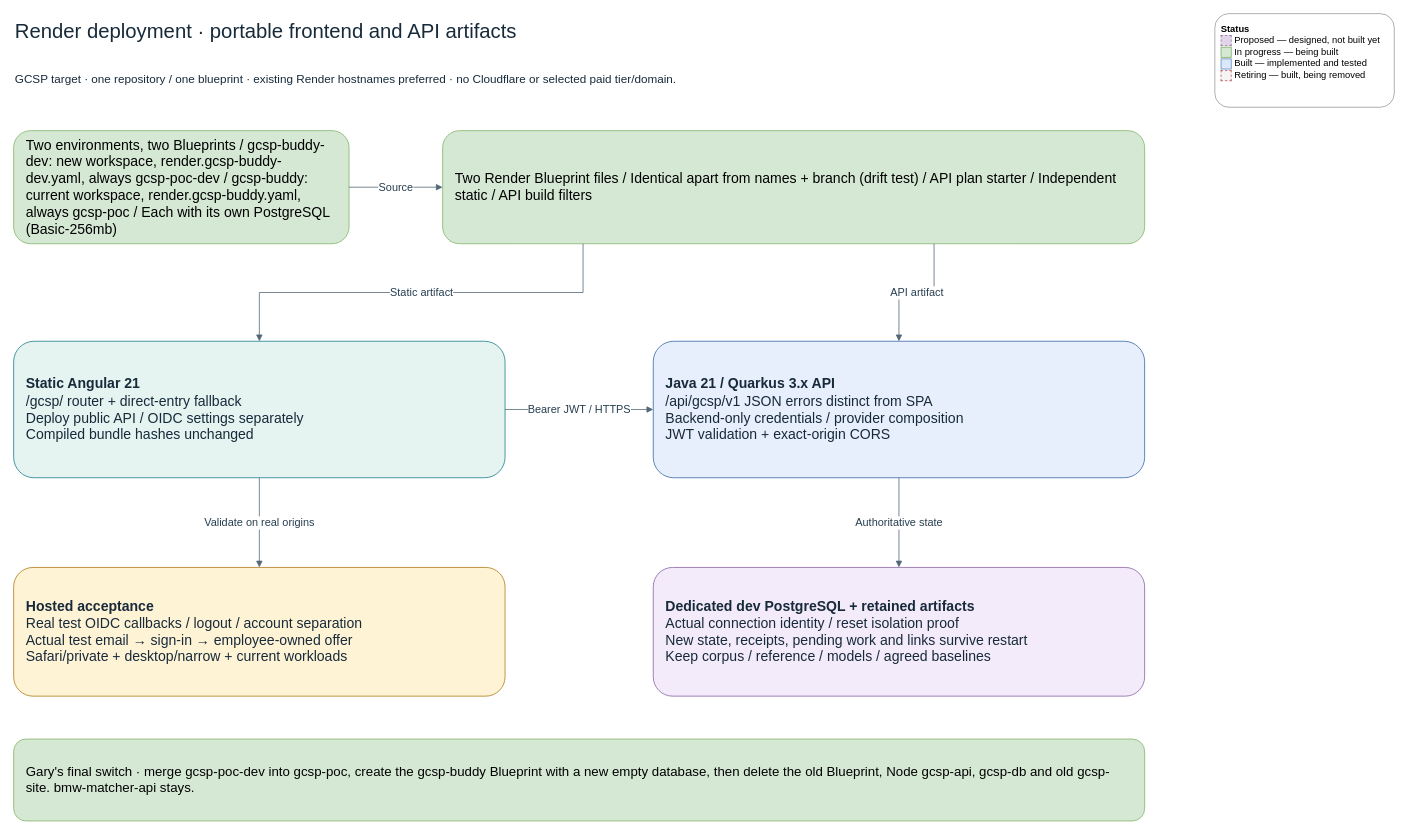
Earlier version of the draw.io diagram page "05 Deployment and future integration" (8 of 15) of docs/design/high-level-design.drawio (garyscarter-ibm/vehicle-matcher). Source tidied: cells renumbered, new cells numbered last; positions are measured from the earlier drawing's top-left corner, leaving out a move shared by most shapes. Both pictures are drawn from the tidied source at 78%, with x=0, y=0 at pixel (13, 13).
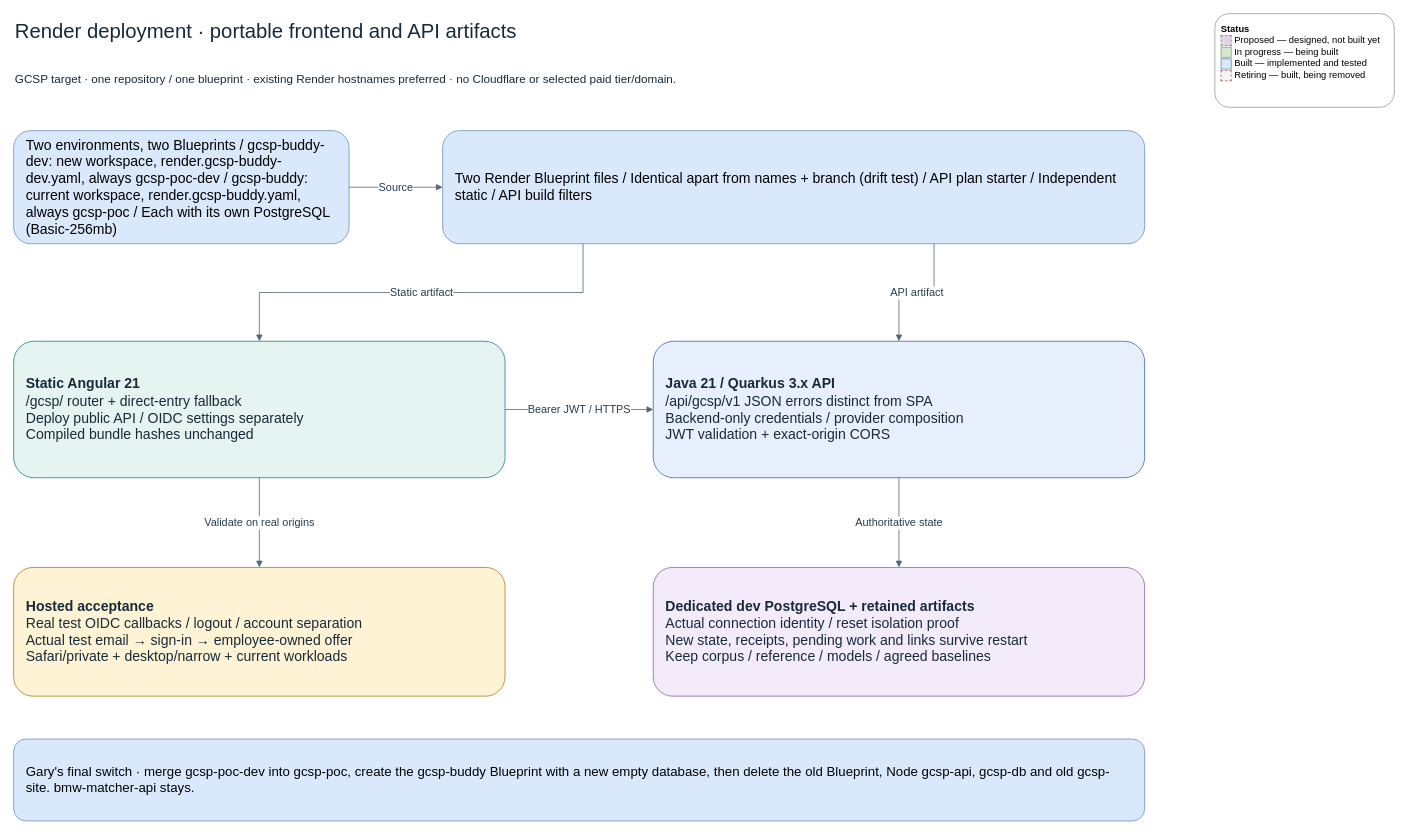
After the change.

Commit message:
design: render-two-blueprints built (FUCQ-533)

Change to the diagram source:
```diff
@@
 <mxGraphModel>
   <root>
     <mxCell id="0" />
     <mxCell id="1" parent="0" />
     <mxCell id="2" value="Render deployment · portable frontend and API artifacts" style="text;html=1;whiteSpace=wrap;align=left;verticalAlign=middle;fontColor=#172a3a;fontSize=26;" parent="1" vertex="1">
       <mxGeometry width="1460" height="45" as="geometry" />
     </mxCell>
     <mxCell id="3" value="GCSP target · one repository / one blueprint · existing Render hostnames preferred · no Cloudflare or selected paid tier/domain." style="text;html=1;whiteSpace=wrap;align=left;verticalAlign=middle;fontColor=#172a3a;fontSize=15;" parent="1" vertex="1">
       <mxGeometry y="52" width="1460" height="62" as="geometry" />
     </mxCell>
-    <mxCell id="4" value="Two environments, two Blueprints / gcsp-buddy-dev: new workspace, render.gcsp-buddy-dev.yaml, always gcsp-poc-dev / gcsp-buddy: current workspace, render.gcsp-buddy.yaml, always gcsp-poc / Each with its own PostgreSQL (Basic-256mb)" style="rounded=1;whiteSpace=wrap;html=1;fillColor=#d5e8d4;strokeColor=#82b366;align=left;verticalAlign=middle;spacing=16;fontSize=18;" parent="1" vertex="1">
+    <mxCell id="4" value="Two environments, two Blueprints / gcsp-buddy-dev: new workspace, render.gcsp-buddy-dev.yaml, always gcsp-poc-dev / gcsp-buddy: current workspace, render.gcsp-buddy.yaml, always gcsp-poc / Each with its own PostgreSQL (Basic-256mb)" style="rounded=1;whiteSpace=wrap;html=1;fillColor=#dae8fc;strokeColor=#6c8ebf;align=left;verticalAlign=middle;spacing=16;fontSize=18;" parent="1" vertex="1">
       <mxGeometry y="150" width="430" height="145" as="geometry" />
     </mxCell>
-    <mxCell id="5" value="Two Render Blueprint files / Identical apart from names + branch (drift test) / API plan starter / Independent static / API build filters" style="rounded=1;whiteSpace=wrap;html=1;fillColor=#d5e8d4;strokeColor=#82b366;align=left;verticalAlign=middle;spacing=16;fontSize=18;" parent="1" vertex="1">
+    <mxCell id="5" value="Two Render Blueprint files / Identical apart from names + branch (drift test) / API plan starter / Independent static / API build filters" style="rounded=1;whiteSpace=wrap;html=1;fillColor=#dae8fc;strokeColor=#6c8ebf;align=left;verticalAlign=middle;spacing=16;fontSize=18;" parent="1" vertex="1">
       <mxGeometry x="550" y="150" width="900" height="145" as="geometry" />
     </mxCell>
     <mxCell id="6" value="&lt;b&gt;Static Angular 21&lt;/b&gt;&lt;br&gt;/gcsp/ router + direct-entry fallback&lt;br&gt;Deploy public API / OIDC settings separately&lt;br&gt;Compiled bundle hashes unchanged" style="rounded=1;whiteSpace=wrap;html=1;fillColor=#e5f3f1;strokeColor=#167d8d;fontColor=#172a3a;align=left;verticalAlign=middle;spacing=16;fontSize=18;" parent="1" vertex="1">
       <mxGeometry y="420" width="630" height="175" as="geometry" />
     </mxCell>
     <mxCell id="7" value="&lt;b&gt;Java 21 / Quarkus 3.x API&lt;/b&gt;&lt;br&gt;/api/gcsp/v1 JSON errors distinct from SPA&lt;br&gt;Backend-only credentials / provider composition&lt;br&gt;JWT validation + exact-origin CORS" style="rounded=1;whiteSpace=wrap;html=1;fillColor=#e8effc;strokeColor=#3366a6;fontColor=#172a3a;align=left;verticalAlign=middle;spacing=16;fontSize=18;" parent="1" vertex="1">
       <mxGeometry x="820" y="420" width="630" height="175" as="geometry" />
     </mxCell>
     <mxCell id="8" value="&lt;b&gt;Dedicated dev PostgreSQL + retained artifacts&lt;/b&gt;&lt;br&gt;Actual connection identity / reset isolation proof&lt;br&gt;New state, receipts, pending work and links survive restart&lt;br&gt;Keep corpus / reference / models / agreed baselines" style="rounded=1;whiteSpace=wrap;html=1;fillColor=#f3eafa;strokeColor=#8662a1;fontColor=#172a3a;align=left;verticalAlign=middle;spacing=16;fontSize=18;" parent="1" vertex="1">
       <mxGeometry x="820" y="710" width="630" height="165" as="geometry" />
     </mxCell>
     <mxCell id="9" value="&lt;b&gt;Hosted acceptance&lt;/b&gt;&lt;br&gt;Real test OIDC callbacks / logout / account separation&lt;br&gt;Actual test email → sign-in → employee-owned offer&lt;br&gt;Safari/private + desktop/narrow + current workloads" style="rounded=1;whiteSpace=wrap;html=1;fillColor=#fff3d6;strokeColor=#ad7915;fontColor=#172a3a;align=left;verticalAlign=middle;spacing=16;fontSize=18;" parent="1" vertex="1">
       <mxGeometry y="710" width="630" height="165" as="geometry" />
     </mxCell>
-    <mxCell id="10" value="Gary's final switch · merge gcsp-poc-dev into gcsp-poc, create the gcsp-buddy Blueprint with a new empty database, then delete the old Blueprint, Node gcsp-api, gcsp-db and old gcsp-site. bmw-matcher-api stays." style="rounded=1;whiteSpace=wrap;html=1;fillColor=#d5e8d4;strokeColor=#82b366;align=left;verticalAlign=middle;spacing=16;fontSize=17;" parent="1" vertex="1">
+    <mxCell id="10" value="Gary's final switch · merge gcsp-poc-dev into gcsp-poc, create the gcsp-buddy Blueprint with a new empty database, then delete the old Blueprint, Node gcsp-api, gcsp-db and old gcsp-site. bmw-matcher-api stays." style="rounded=1;whiteSpace=wrap;html=1;fillColor=#dae8fc;strokeColor=#6c8ebf;align=left;verticalAlign=middle;spacing=16;fontSize=17;" parent="1" vertex="1">
       <mxGeometry y="930" width="1450" height="105" as="geometry" />
     </mxCell>
     <mxCell id="11" value="Source" style="edgeStyle=orthogonalEdgeStyle;rounded=0;html=1;endArrow=block;endFill=1;strokeColor=#526777;fontColor=#263e50;fontSize=14;labelBackgroundColor=#ffffff;" parent="1" edge="1" source="4" target="5">
       <mxGeometry relative="1" as="geometry" />
     </mxCell>
     <mxCell id="12" value="Static artifact" style="edgeStyle=orthogonalEdgeStyle;rounded=0;html=1;endArrow=block;endFill=1;strokeColor=#526777;fontColor=#263e50;fontSize=14;labelBackgroundColor=#ffffff;exitX=0.2;exitY=1;entryX=0.5;entryY=0;" parent="1" edge="1" source="5" target="6">
       <mxGeometry relative="1" as="geometry" />
     </mxCell>
     <mxCell id="13" value="API artifact" style="edgeStyle=orthogonalEdgeStyle;rounded=0;html=1;endArrow=block;endFill=1;strokeColor=#526777;fontColor=#263e50;fontSize=14;labelBackgroundColor=#ffffff;exitX=0.7;exitY=1;entryX=0.5;entryY=0;" parent="1" edge="1" source="5" target="7">
       <mxGeometry relative="1" as="geometry" />
     </mxCell>
     <mxCell id="14" value="Bearer JWT / HTTPS" style="edgeStyle=orthogonalEdgeStyle;rounded=0;html=1;endArrow=block;endFill=1;strokeColor=#526777;fontColor=#263e50;fontSize=14;labelBackgroundColor=#ffffff;" parent="1" edge="1" source="6" target="7">
       <mxGeometry relative="1" as="geometry" />
     </mxCell>
     <mxCell id="15" value="Authoritative state" style="edgeStyle=orthogonalEdgeStyle;rounded=0;html=1;endArrow=block;endFill=1;strokeColor=#526777;fontColor=#263e50;fontSize=14;labelBackgroundColor=#ffffff;" parent="1" edge="1" source="7" target="8">
       <mxGeometry relative="1" as="geometry" />
     </mxCell>
     <mxCell id="16" value="Validate on real origins" style="edgeStyle=orthogonalEdgeStyle;rounded=0;html=1;endArrow=block;endFill=1;strokeColor=#526777;fontColor=#263e50;fontSize=14;labelBackgroundColor=#ffffff;" parent="1" edge="1" source="6" target="9">
       <mxGeometry relative="1" as="geometry" />
     </mxCell>
     <mxCell id="17" value="&lt;b&gt;Status&lt;/b&gt;&lt;br&gt;&lt;span style=&quot;display:inline-block;width:12px;height:12px;background:#e1d5e7;border:1px dashed #9673a6;vertical-align:middle;&quot;&gt;&lt;/span&gt;&amp;nbsp;Proposed — designed, not built yet&lt;br&gt;&lt;span style=&quot;display:inline-block;width:12px;height:12px;background:#d5e8d4;border:1px solid #82b366;vertical-align:middle;&quot;&gt;&lt;/span&gt;&amp;nbsp;In progress — being built&lt;br&gt;&lt;span style=&quot;display:inline-block;width:12px;height:12px;background:#dae8fc;border:1px solid #6c8ebf;vertical-align:middle;&quot;&gt;&lt;/span&gt;&amp;nbsp;Built — implemented and tested&lt;br&gt;&lt;span style=&quot;display:inline-block;width:12px;height:12px;background:#f5f5f5;border:1px dashed #b85450;vertical-align:middle;&quot;&gt;&lt;/span&gt;&amp;nbsp;Retiring — built, being removed" style="text;html=1;align=left;verticalAlign=top;spacing=8;rounded=1;fillColor=#ffffff;strokeColor=#999999;" parent="1" vertex="1">
       <mxGeometry x="1540" width="230" height="120" as="geometry" />
     </mxCell>
   </root>
 </mxGraphModel>
```
